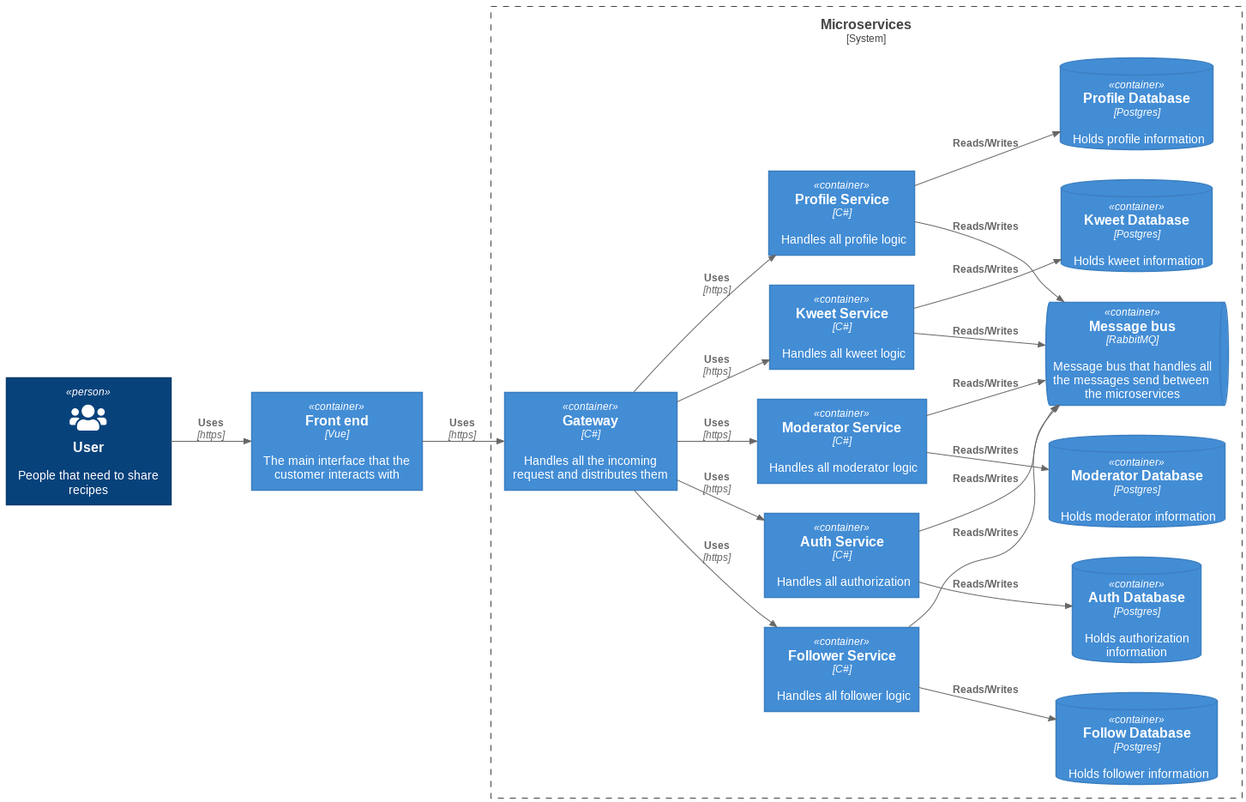
This is Doc/C4-model-2.png from tobinstultiens/sharerecipe, a PlantUML export, as it was before one commit.
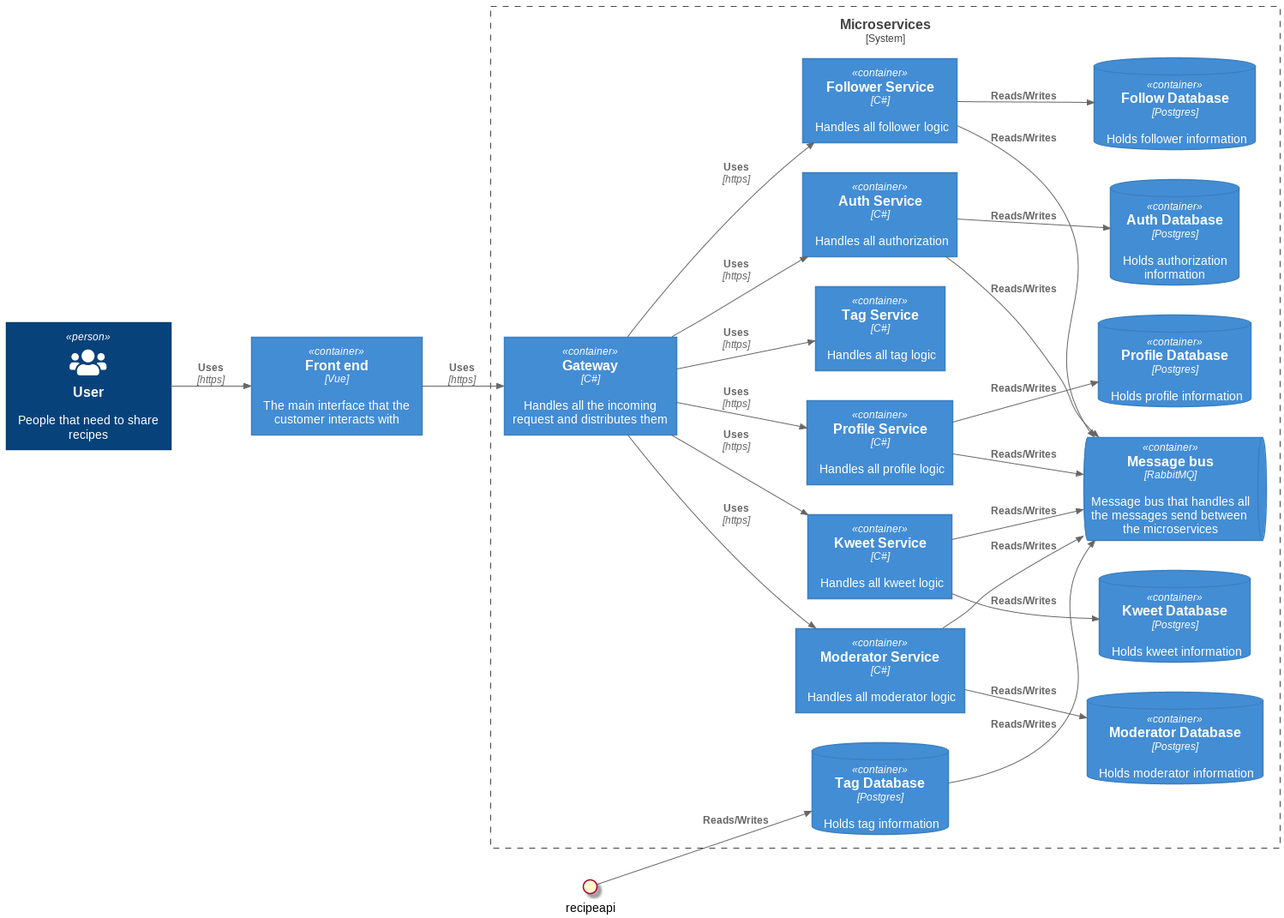
Above is the later version.

Commit message:
Added tag service

Diff of the diagram source:
```diff
@@ -16,29 +16,39 @@
   Container(modapi, "Moderator Service", "C#", "Handles all moderator logic")
   Container(kweetapi, "Kweet Service", "C#", "Handles all kweet logic")
   Container(profileapi, "Profile Service", "C#", "Handles all profile logic")
+  Container(tagapi, "Tag Service", "C#", "Handles all tag logic")
+
   ContainerDb(authdb, " Auth Database", "Postgres", "Holds authorization information")
   ContainerDb(followdb, "Follow Database", "Postgres", "Holds follower information")
   ContainerDb(moddb, "Moderator Database", "Postgres", "Holds moderator information")
   ContainerDb(kweetdb, "Kweet Database", "Postgres", "Holds kweet information")
   ContainerDb(profiledb, "Profile Database", "Postgres", "Holds profile information")
+  ContainerDb(tagdb, "Tag Database", "Postgres", "Holds tag information")
+
   ContainerQueue(rabbitmq, "Message bus", "RabbitMQ", "Message bus that handles all the messages send between the microservices")
 }
 Rel(user, spa, "Uses", "https")
 Rel(spa, gateway, "Uses", "https")
+
 Rel(gateway, authapi, "Uses", "https")
 Rel(gateway, followapi, "Uses", "https")
 Rel(gateway, modapi, "Uses", "https")
 Rel(gateway, kweetapi, "Uses", "https")
 Rel(gateway, profileapi, "Uses", "https")
+Rel(gateway, tagapi, "Uses", "https")
+
 Rel(authapi, authdb, "Reads/Writes")
 Rel(followapi, followdb, "Reads/Writes")
 Rel(modapi, moddb, "Reads/Writes")
 Rel(kweetapi, kweetdb, "Reads/Writes")
 Rel(profileapi, profiledb, "Reads/Writes")
+Rel(recipeapi, tagdb, "Reads/Writes")
+
 Rel(authapi, rabbitmq, "Reads/Writes")
 Rel(followapi, rabbitmq, "Reads/Writes")
 Rel(modapi, rabbitmq, "Reads/Writes")
 Rel(kweetapi, rabbitmq, "Reads/Writes")
 Rel(profileapi, rabbitmq, "Reads/Writes")
+Rel(tagdb, rabbitmq, "Reads/Writes")
 Lay_R(authdb, rabbitmq)
 @enduml
```
